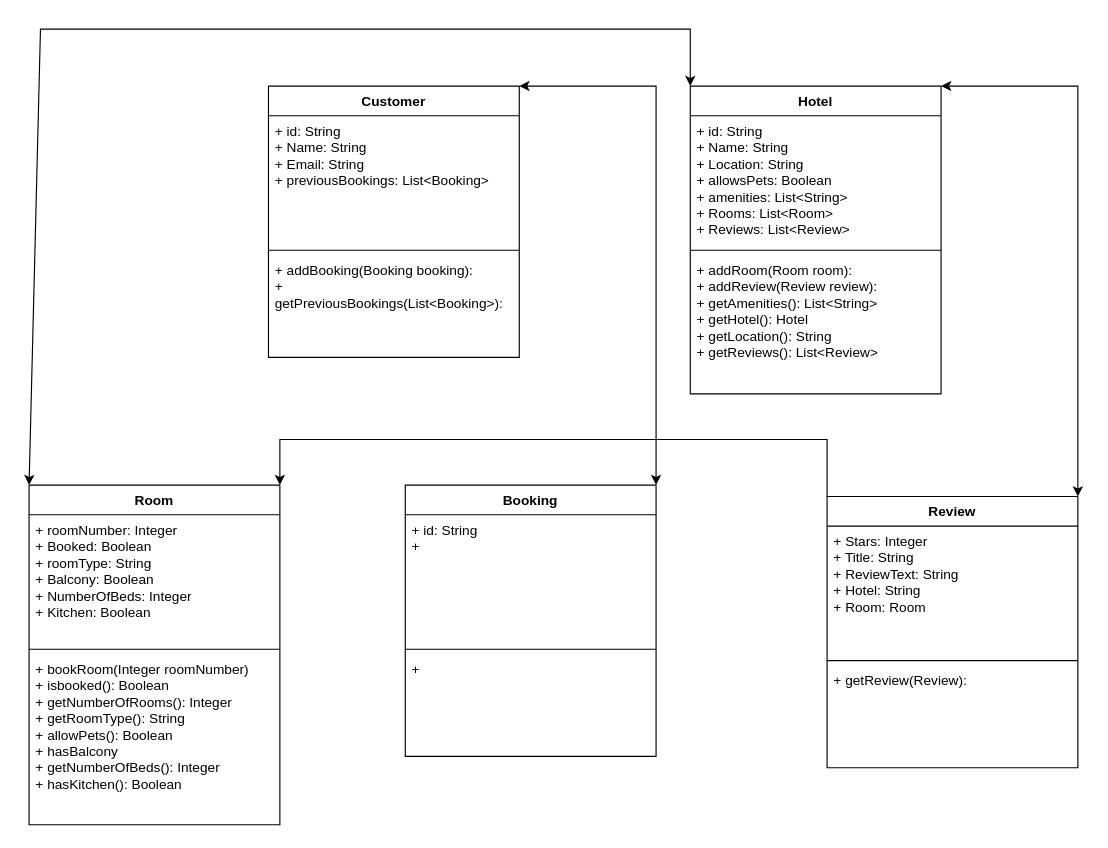
Before: V2/Domain module.drawio in rthor997/HBV401G-Throun_hugbunathar, a draw.io diagram. Source tidied: cells renumbered, new cells numbered last; positions are measured from the earlier drawing's top-left corner, leaving out a move shared by most shapes. Both pictures are drawn from the tidied source at 114%, with x=0, y=0 at pixel (28, 28).
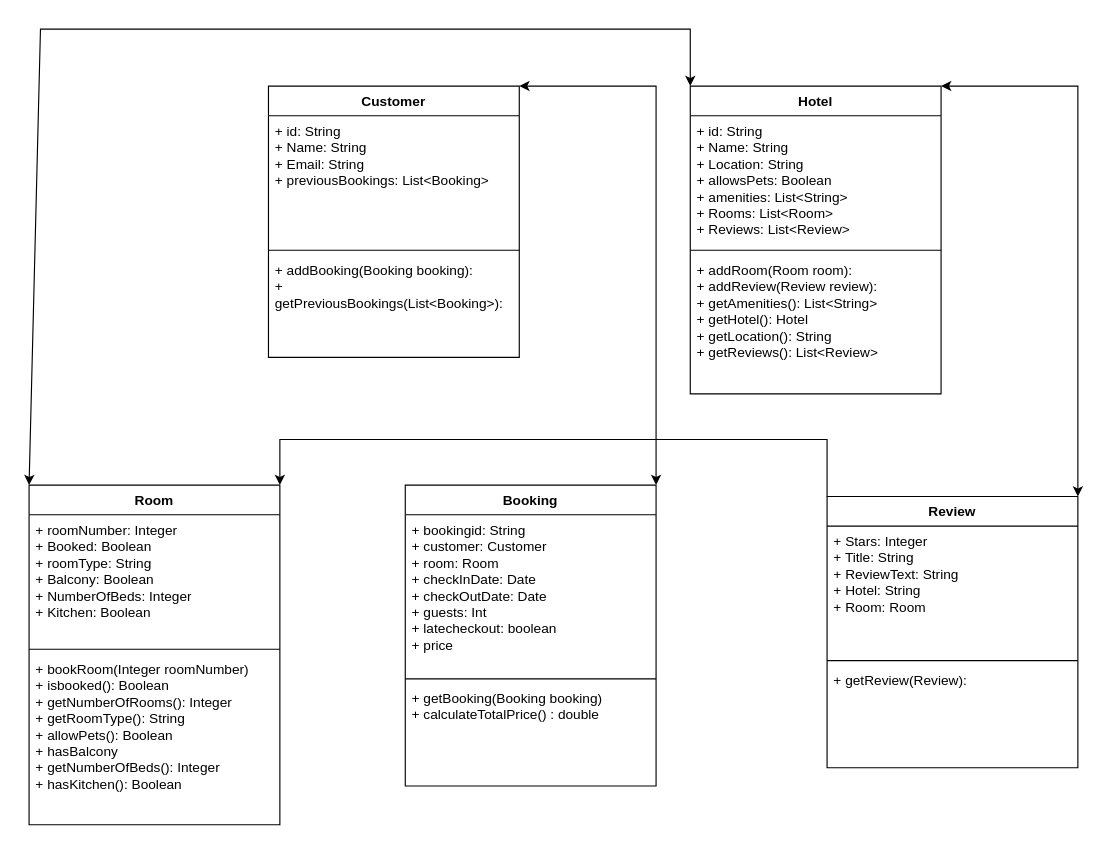
After the change.

Commit message:
booking klasinn komin

The edit, as a diff of the source:
```diff
@@
     <mxCell id="14" value="Booking" style="swimlane;fontStyle=1;align=center;verticalAlign=top;horizontal=1;startSize=26;whiteSpace=wrap;html=1;" parent="1" vertex="1">
-      <mxGeometry x="330" y="400" width="220" height="238" as="geometry" />
+      <mxGeometry x="330" y="400" width="220" height="264" as="geometry" />
     </mxCell>
-    <mxCell id="15" value="+ id: String&lt;div&gt;+&amp;nbsp;&lt;/div&gt;&lt;div&gt;&lt;br&gt;&lt;/div&gt;&lt;div&gt;&lt;br&gt;&lt;/div&gt;" style="text;strokeColor=none;fillColor=none;align=left;verticalAlign=top;spacingLeft=4;spacingRight=4;overflow=hidden;whiteSpace=wrap;html=1;" parent="14" vertex="1">
-      <mxGeometry y="26" width="220" height="114" as="geometry" />
+    <mxCell id="15" value="+ bookingid: String&lt;div&gt;&lt;div&gt;+ customer: Customer&lt;/div&gt;&lt;div&gt;+ room: Room&lt;/div&gt;&lt;div&gt;+ checkInDate: Date&lt;/div&gt;&lt;div&gt;+ checkOutDate: Date&lt;/div&gt;&lt;div&gt;+ guests: Int&lt;/div&gt;&lt;div&gt;+ latecheckout: boolean&lt;/div&gt;&lt;div&gt;+ price&lt;/div&gt;&lt;div&gt;&lt;br&gt;&lt;/div&gt;&lt;div&gt;&lt;br&gt;&lt;/div&gt;&lt;div&gt;&lt;br&gt;&lt;/div&gt;&lt;/div&gt;" style="text;strokeColor=none;fillColor=none;align=left;verticalAlign=top;spacingLeft=4;spacingRight=4;overflow=hidden;whiteSpace=wrap;html=1;" parent="14" vertex="1">
+      <mxGeometry y="26" width="220" height="140" as="geometry" />
     </mxCell>
     <mxCell id="16" style="line;strokeWidth=1;fillColor=none;align=left;verticalAlign=middle;spacingTop=-1;spacingLeft=3;spacingRight=3;labelPosition=right;strokeColor=inherit;" parent="14" vertex="1">
-      <mxGeometry y="140" width="220" height="8" as="geometry" />
+      <mxGeometry y="166" width="220" height="8" as="geometry" />
     </mxCell>
-    <mxCell id="17" value="+&amp;nbsp;&lt;div&gt;&lt;div&gt;&lt;br&gt;&lt;/div&gt;&lt;div&gt;&lt;br&gt;&lt;/div&gt;&lt;/div&gt;" style="text;strokeColor=none;fillColor=none;align=left;verticalAlign=top;spacingLeft=4;spacingRight=4;overflow=hidden;whiteSpace=wrap;html=1;" parent="14" vertex="1">
-      <mxGeometry y="148" width="220" height="90" as="geometry" />
+    <mxCell id="17" value="+ getBooking(Booking booking)&lt;br&gt;&lt;div&gt;&lt;span style=&quot;background-color: transparent; color: light-dark(rgb(0, 0, 0), rgb(255, 255, 255));&quot;&gt;+&amp;nbsp;&lt;/span&gt;&lt;span style=&quot;background-color: transparent; color: light-dark(rgb(0, 0, 0), rgb(255, 255, 255));&quot;&gt;calculateTotalPrice() : double&lt;/span&gt;&amp;nbsp;&lt;div&gt;&lt;div&gt;&lt;br&gt;&lt;/div&gt;&lt;div&gt;&lt;br&gt;&lt;/div&gt;&lt;/div&gt;&lt;/div&gt;" style="text;strokeColor=none;fillColor=none;align=left;verticalAlign=top;spacingLeft=4;spacingRight=4;overflow=hidden;whiteSpace=wrap;html=1;" parent="14" vertex="1">
+      <mxGeometry y="174" width="220" height="90" as="geometry" />
     </mxCell>
```
